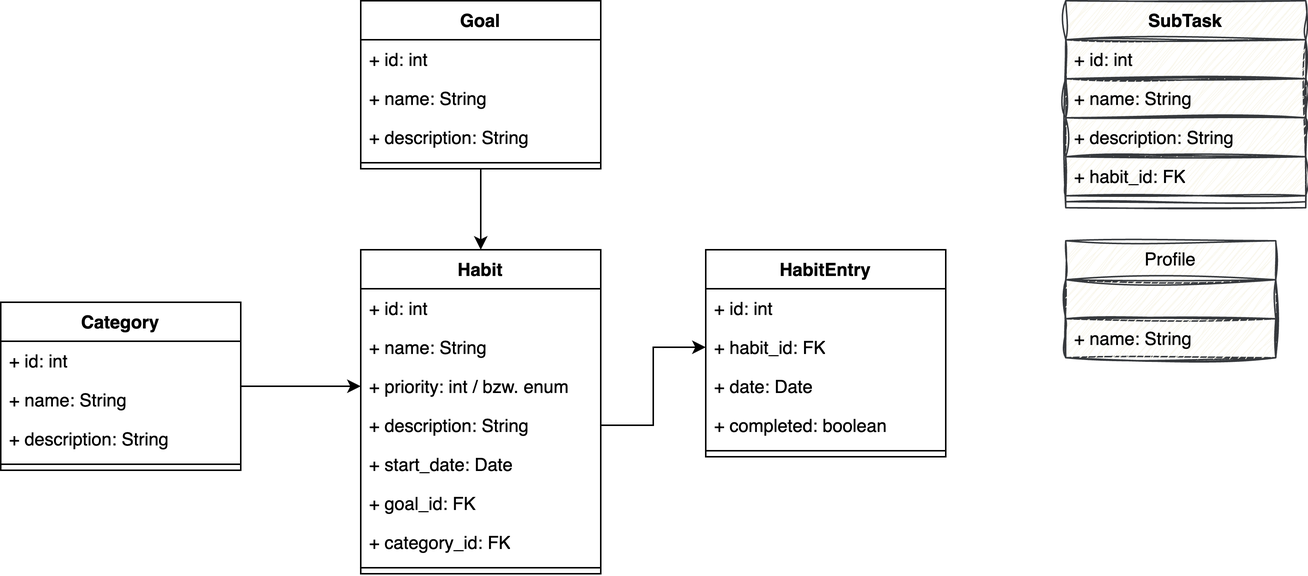
Before: img/database-habit-tracker.drawio.png, a diagram exported from draw.io (oguzmum/habit-tracker). Source tidied: cells renumbered, new cells last; positions are measured from the earlier drawing's top-left corner, leaving out a move shared by most shapes.
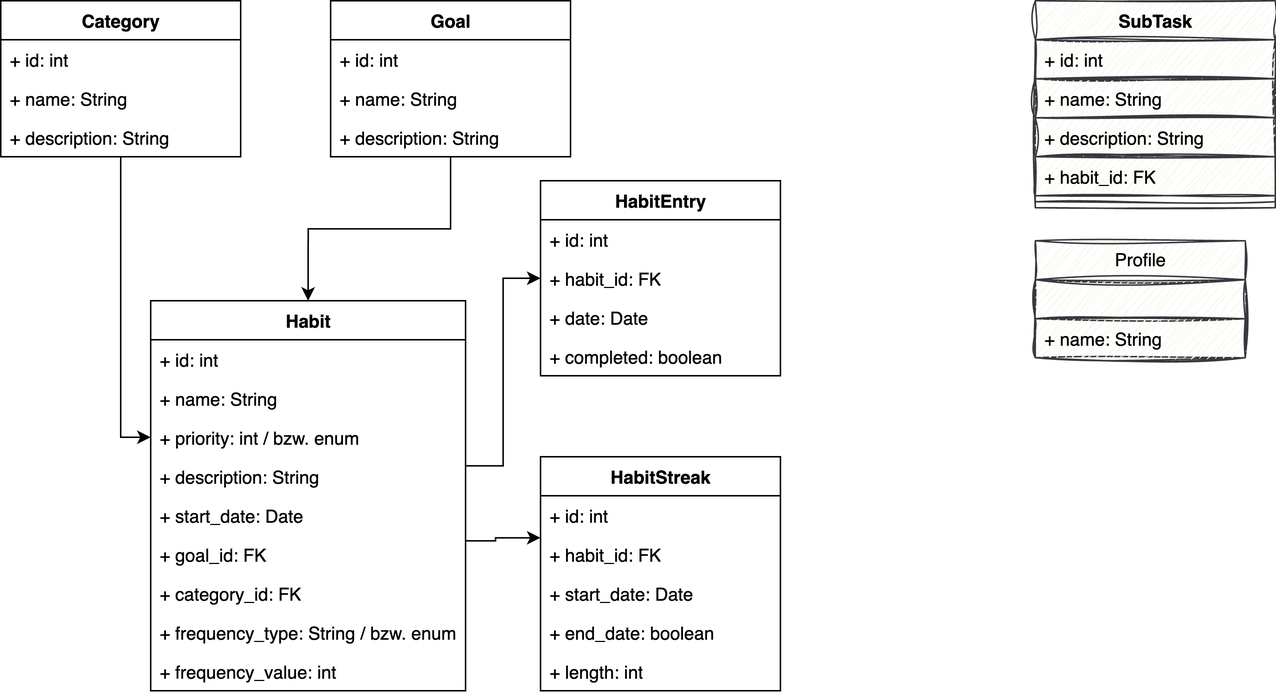
The same file after the commit.

Commit message:
Update database schema diagram

What changed in the source:
```diff
@@ -2,35 +2,46 @@
   <root>
     <mxCell id="0" />
     <mxCell id="1" parent="0" />
+    <mxCell id="39" style="edgeStyle=orthogonalEdgeStyle;rounded=0;jettySize=auto;html=1;" parent="1" edge="1" source="2" target="42">
+      <mxGeometry relative="1" as="geometry">
+        <Array as="points">
+          <mxPoint x="350" y="360" />
+          <mxPoint x="350" y="358" />
+        </Array>
+      </mxGeometry>
+    </mxCell>
     <mxCell id="2" value="Habit" style="swimlane;fontStyle=1;align=center;verticalAlign=top;horizontal=1;startSize=26;whiteSpace=wrap;html=1;" parent="1" vertex="1">
-      <mxGeometry x="240" y="166" width="160" height="216" as="geometry" />
+      <mxGeometry x="120" y="200" width="210" height="260" as="geometry" />
     </mxCell>
     <mxCell id="3" value="+ id: int" style="text;strokeColor=none;fillColor=none;align=left;verticalAlign=top;spacingLeft=4;spacingRight=4;overflow=hidden;whiteSpace=wrap;html=1;" parent="2" vertex="1">
-      <mxGeometry y="26" width="160" height="26" as="geometry" />
+      <mxGeometry y="26" width="210" height="26" as="geometry" />
     </mxCell>
     <mxCell id="4" value="+ name: String" style="text;strokeColor=none;fillColor=none;align=left;verticalAlign=top;spacingLeft=4;spacingRight=4;overflow=hidden;whiteSpace=wrap;html=1;" parent="2" vertex="1">
-      <mxGeometry y="52" width="160" height="26" as="geometry" />
+      <mxGeometry y="52" width="210" height="26" as="geometry" />
     </mxCell>
     <mxCell id="5" value="+ priority: int / bzw. enum" style="text;strokeColor=none;fillColor=none;align=left;verticalAlign=top;spacingLeft=4;spacingRight=4;overflow=hidden;points=[[0,0.5],[1,0.5]];portConstraint=eastwest;whiteSpace=wrap;html=1;" parent="2" vertex="1">
-      <mxGeometry y="78" width="160" height="26" as="geometry" />
+      <mxGeometry y="78" width="210" height="26" as="geometry" />
     </mxCell>
     <mxCell id="6" value="+ description: String" style="text;strokeColor=none;fillColor=none;align=left;verticalAlign=top;spacingLeft=4;spacingRight=4;overflow=hidden;points=[[0,0.5],[1,0.5]];portConstraint=eastwest;whiteSpace=wrap;html=1;" parent="2" vertex="1">
-      <mxGeometry y="104" width="160" height="26" as="geometry" />
+      <mxGeometry y="104" width="210" height="26" as="geometry" />
     </mxCell>
     <mxCell id="7" value="+ start_date: Date" style="text;strokeColor=none;fillColor=none;align=left;verticalAlign=top;spacingLeft=4;spacingRight=4;overflow=hidden;whiteSpace=wrap;html=1;" parent="2" vertex="1">
-      <mxGeometry y="130" width="160" height="26" as="geometry" />
+      <mxGeometry y="130" width="210" height="26" as="geometry" />
     </mxCell>
     <mxCell id="8" value="+ goal_id: FK" style="text;strokeColor=none;fillColor=none;align=left;verticalAlign=top;spacingLeft=4;spacingRight=4;overflow=hidden;whiteSpace=wrap;html=1;" parent="2" vertex="1">
-      <mxGeometry y="156" width="160" height="26" as="geometry" />
+      <mxGeometry y="156" width="210" height="26" as="geometry" />
     </mxCell>
     <mxCell id="9" value="+ category_id: FK" style="text;strokeColor=none;fillColor=none;align=left;verticalAlign=top;spacingLeft=4;spacingRight=4;overflow=hidden;whiteSpace=wrap;html=1;" parent="2" vertex="1">
-      <mxGeometry y="182" width="160" height="26" as="geometry" />
+      <mxGeometry y="182" width="210" height="26" as="geometry" />
     </mxCell>
-    <mxCell id="10" style="line;strokeWidth=1;fillColor=none;align=left;verticalAlign=middle;spacingTop=-1;spacingLeft=3;spacingRight=3;labelPosition=right;strokeColor=inherit;" parent="2" vertex="1">
-      <mxGeometry y="208" width="160" height="8" as="geometry" />
-    </mxCell>
+    <mxCell id="40" value="+ frequency_type: String / bzw. enum" style="text;strokeColor=none;fillColor=none;align=left;verticalAlign=top;spacingLeft=4;spacingRight=4;overflow=hidden;whiteSpace=wrap;html=1;" parent="2" vertex="1">
+      <mxGeometry y="208" width="210" height="26" as="geometry" />
+    </mxCell>
+    <mxCell id="41" value="+ frequency_value: int" style="text;strokeColor=none;fillColor=none;align=left;verticalAlign=top;spacingLeft=4;spacingRight=4;overflow=hidden;whiteSpace=wrap;html=1;" parent="2" vertex="1">
+      <mxGeometry y="234" width="210" height="26" as="geometry" />
+    </mxCell>
     <mxCell id="11" value="HabitEntry" style="swimlane;fontStyle=1;align=center;verticalAlign=top;horizontal=1;startSize=26;whiteSpace=wrap;html=1;" parent="1" vertex="1">
-      <mxGeometry x="470" y="166" width="160" height="138" as="geometry" />
+      <mxGeometry x="380" y="120" width="160" height="130" as="geometry" />
     </mxCell>
     <mxCell id="12" value="+ id: int" style="text;strokeColor=none;fillColor=none;align=left;verticalAlign=top;spacingLeft=4;spacingRight=4;overflow=hidden;whiteSpace=wrap;html=1;" parent="11" vertex="1">
       <mxGeometry y="26" width="160" height="26" as="geometry" />
@@ -44,14 +55,11 @@
     <mxCell id="15" value="+ completed: boolean" style="text;strokeColor=none;fillColor=none;align=left;verticalAlign=top;spacingLeft=4;spacingRight=4;overflow=hidden;whiteSpace=wrap;html=1;" parent="11" vertex="1">
       <mxGeometry y="104" width="160" height="26" as="geometry" />
     </mxCell>
-    <mxCell id="16" style="line;strokeWidth=1;fillColor=none;align=left;verticalAlign=middle;spacingTop=-1;spacingLeft=3;spacingRight=3;labelPosition=right;strokeColor=inherit;" parent="11" vertex="1">
-      <mxGeometry y="130" width="160" height="8" as="geometry" />
-    </mxCell>
     <mxCell id="17" style="edgeStyle=orthogonalEdgeStyle;rounded=0;jettySize=auto;html=1;entryX=0;entryY=0.5;entryDx=0;entryDy=0;" parent="1" edge="1" source="18" target="5">
       <mxGeometry relative="1" as="geometry" />
     </mxCell>
     <mxCell id="18" value="Category" style="swimlane;fontStyle=1;align=center;verticalAlign=top;horizontal=1;startSize=26;whiteSpace=wrap;html=1;" parent="1" vertex="1">
-      <mxGeometry y="201" width="160" height="112" as="geometry" />
+      <mxGeometry x="20" width="160" height="104" as="geometry" />
     </mxCell>
     <mxCell id="19" value="+ id: int" style="text;strokeColor=none;fillColor=none;align=left;verticalAlign=top;spacingLeft=4;spacingRight=4;overflow=hidden;whiteSpace=wrap;html=1;" parent="18" vertex="1">
       <mxGeometry y="26" width="160" height="26" as="geometry" />
@@ -62,14 +70,11 @@
     <mxCell id="21" value="+ description: String" style="text;strokeColor=none;fillColor=none;align=left;verticalAlign=top;spacingLeft=4;spacingRight=4;overflow=hidden;whiteSpace=wrap;html=1;" parent="18" vertex="1">
       <mxGeometry y="78" width="160" height="26" as="geometry" />
     </mxCell>
-    <mxCell id="22" style="line;strokeWidth=1;fillColor=none;align=left;verticalAlign=middle;spacingTop=-1;spacingLeft=3;spacingRight=3;labelPosition=right;strokeColor=inherit;" parent="18" vertex="1">
-      <mxGeometry y="104" width="160" height="8" as="geometry" />
-    </mxCell>
     <mxCell id="23" style="edgeStyle=orthogonalEdgeStyle;rounded=0;jettySize=auto;html=1;entryX=0.5;entryY=0;entryDx=0;entryDy=0;" parent="1" edge="1" source="24" target="2">
       <mxGeometry relative="1" as="geometry" />
     </mxCell>
     <mxCell id="24" value="Goal" style="swimlane;fontStyle=1;align=center;verticalAlign=top;horizontal=1;startSize=26;whiteSpace=wrap;html=1;" parent="1" vertex="1">
-      <mxGeometry x="240" width="160" height="112" as="geometry" />
+      <mxGeometry x="240" width="160" height="104" as="geometry" />
     </mxCell>
     <mxCell id="25" value="+ id: int" style="text;strokeColor=none;fillColor=none;align=left;verticalAlign=top;spacingLeft=4;spacingRight=4;overflow=hidden;whiteSpace=wrap;html=1;" parent="24" vertex="1">
       <mxGeometry y="26" width="160" height="26" as="geometry" />
@@ -80,9 +85,6 @@
     <mxCell id="27" value="+ description: String" style="text;strokeColor=none;fillColor=none;align=left;verticalAlign=top;spacingLeft=4;spacingRight=4;overflow=hidden;whiteSpace=wrap;html=1;" parent="24" vertex="1">
       <mxGeometry y="78" width="160" height="26" as="geometry" />
     </mxCell>
-    <mxCell id="28" style="line;strokeWidth=1;fillColor=none;align=left;verticalAlign=middle;spacingTop=-1;spacingLeft=3;spacingRight=3;labelPosition=right;strokeColor=inherit;" parent="24" vertex="1">
-      <mxGeometry y="104" width="160" height="8" as="geometry" />
-    </mxCell>
     <mxCell id="29" value="SubTask" style="swimlane;fontStyle=1;align=center;verticalAlign=top;horizontal=1;startSize=26;whiteSpace=wrap;html=1;sketch=1;curveFitting=1;jiggle=2;shadow=0;fillColor=#f9f7ed;strokeColor=#36393d;" parent="1" vertex="1">
       <mxGeometry x="710" width="160" height="138" as="geometry" />
     </mxCell>
@@ -111,7 +113,30 @@
       <mxGeometry y="52" width="140" height="26" as="geometry" />
     </mxCell>
     <mxCell id="38" style="edgeStyle=orthogonalEdgeStyle;rounded=0;jettySize=auto;html=1;entryX=0;entryY=0.5;entryDx=0;entryDy=0;" parent="1" edge="1" source="6" target="13">
-      <mxGeometry relative="1" as="geometry" />
+      <mxGeometry relative="1" as="geometry">
+        <Array as="points">
+          <mxPoint x="355" y="310" />
+          <mxPoint x="355" y="185" />
+        </Array>
+      </mxGeometry>
     </mxCell>
+    <mxCell id="42" value="HabitStreak" style="swimlane;fontStyle=1;align=center;verticalAlign=top;horizontal=1;startSize=26;whiteSpace=wrap;html=1;" parent="1" vertex="1">
+      <mxGeometry x="380" y="304" width="160" height="156" as="geometry" />
+    </mxCell>
+    <mxCell id="43" value="+ id: int" style="text;strokeColor=none;fillColor=none;align=left;verticalAlign=top;spacingLeft=4;spacingRight=4;overflow=hidden;whiteSpace=wrap;html=1;" parent="42" vertex="1">
+      <mxGeometry y="26" width="160" height="26" as="geometry" />
+    </mxCell>
+    <mxCell id="44" value="+ habit_id: FK" style="text;strokeColor=none;fillColor=none;align=left;verticalAlign=top;spacingLeft=4;spacingRight=4;overflow=hidden;whiteSpace=wrap;html=1;" parent="42" vertex="1">
+      <mxGeometry y="52" width="160" height="26" as="geometry" />
+    </mxCell>
+    <mxCell id="45" value="+ start_date: Date" style="text;strokeColor=none;fillColor=none;align=left;verticalAlign=top;spacingLeft=4;spacingRight=4;overflow=hidden;whiteSpace=wrap;html=1;" parent="42" vertex="1">
+      <mxGeometry y="78" width="160" height="26" as="geometry" />
+    </mxCell>
+    <mxCell id="46" value="+ end_date: boolean" style="text;strokeColor=none;fillColor=none;align=left;verticalAlign=top;spacingLeft=4;spacingRight=4;overflow=hidden;whiteSpace=wrap;html=1;" parent="42" vertex="1">
+      <mxGeometry y="104" width="160" height="26" as="geometry" />
+    </mxCell>
+    <mxCell id="47" value="+ length: int" style="text;strokeColor=none;fillColor=none;align=left;verticalAlign=top;spacingLeft=4;spacingRight=4;overflow=hidden;whiteSpace=wrap;html=1;" parent="42" vertex="1">
+      <mxGeometry y="130" width="160" height="26" as="geometry" />
+    </mxCell>
   </root>
 </mxGraphModel>
```
